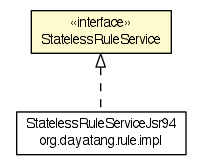
dayatang/dddlib keeps this Graphviz diagram as apidocs/org/dayatang/rule/StatelessRuleService.png. Above is the earlier version. Its source is kept beside it as apidocs/org/dayatang/rule/StatelessRuleService.dot.
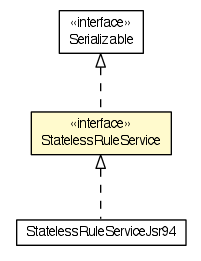
Later version of the same file.

Change to the diagram source:
```diff
@@ -4,17 +4,23 @@
 	node [fontname="Helvetica",fontsize=10,shape=plaintext];
 	nodesep=0.25;
 	ranksep=0.5;
-	c89699 [label=<<table title="org.dayatang.rule.impl.StatelessRuleServiceJsr94" border="0" cellborder="1" cellspacing="0" cellpadding="2" port="p" href="./impl/StatelessRuleServiceJsr94.html">
+	c89461 [label=<<table title="org.dayatang.rule.impl.StatelessRuleServiceJsr94" border="0" cellborder="1" cellspacing="0" cellpadding="2" port="p" href="./impl/StatelessRuleServiceJsr94.html">
 		<tr><td><table border="0" cellspacing="0" cellpadding="1">
 <tr><td align="center" balign="center"> StatelessRuleServiceJsr94 </td></tr>
-<tr><td align="center" balign="center"> org.dayatang.rule.impl </td></tr>
 		</table></td></tr>
 		</table>>, URL="./impl/StatelessRuleServiceJsr94.html", fontname="Helvetica", fontcolor="black", fontsize=10.0];
-	c89702 [label=<<table title="org.dayatang.rule.StatelessRuleService" border="0" cellborder="1" cellspacing="0" cellpadding="2" port="p" bgcolor="lemonChiffon" href="./StatelessRuleService.html">
+	c89464 [label=<<table title="org.dayatang.rule.StatelessRuleService" border="0" cellborder="1" cellspacing="0" cellpadding="2" port="p" bgcolor="lemonChiffon" href="./StatelessRuleService.html">
 		<tr><td><table border="0" cellspacing="0" cellpadding="1">
 <tr><td align="center" balign="center"> &#171;interface&#187; </td></tr>
 <tr><td align="center" balign="center"> StatelessRuleService </td></tr>
 		</table></td></tr>
 		</table>>, URL="./StatelessRuleService.html", fontname="Helvetica", fontcolor="black", fontsize=10.0];
-	c89702:p -> c89699:p [dir=back,arrowtail=empty,style=dashed];
+	c89464:p -> c89461:p [dir=back,arrowtail=empty,style=dashed];
+	c89576:p -> c89464:p [dir=back,arrowtail=empty,style=dashed];
+	c89576 [label=<<table title="java.io.Serializable" border="0" cellborder="1" cellspacing="0" cellpadding="2" port="p" href="http://download.oracle.com/javase/7/docs/api/java/io/Serializable.html">
+		<tr><td><table border="0" cellspacing="0" cellpadding="1">
+<tr><td align="center" balign="center"> &#171;interface&#187; </td></tr>
+<tr><td align="center" balign="center"> Serializable </td></tr>
+		</table></td></tr>
+		</table>>, URL="http://download.oracle.com/javase/7/docs/api/java/io/Serializable.html", fontname="Helvetica", fontcolor="black", fontsize=10.0];
 }
```
